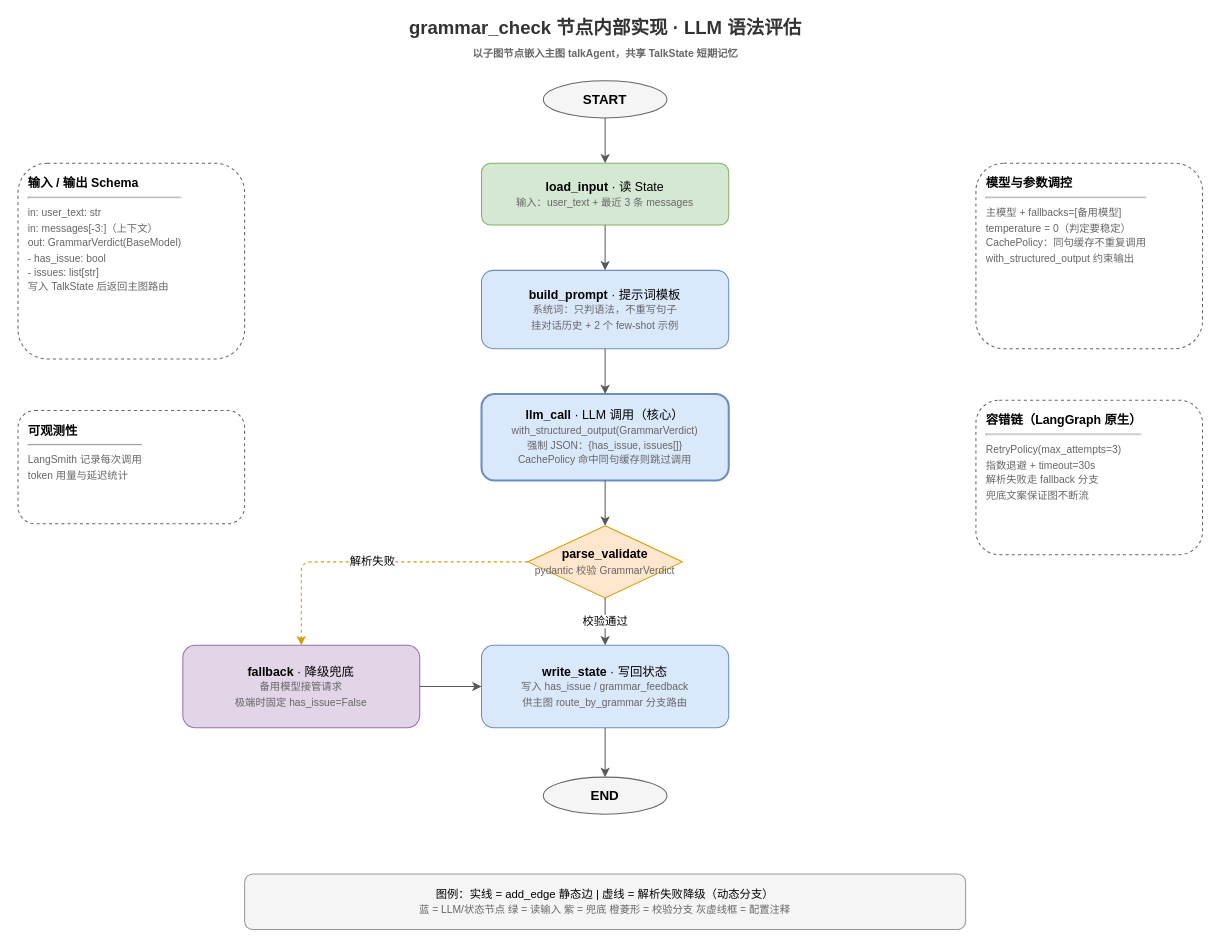
This is documents/grammar_check.drawio from Ekko306/dialog-ai, a draw.io file, before an edit. Source tidied: cells renumbered, new cells numbered last; positions are measured from the earlier drawing's top-left corner, leaving out a move shared by most shapes. Both pictures are drawn from the tidied source at 103%, with x=0, y=0 at pixel (18, 19).
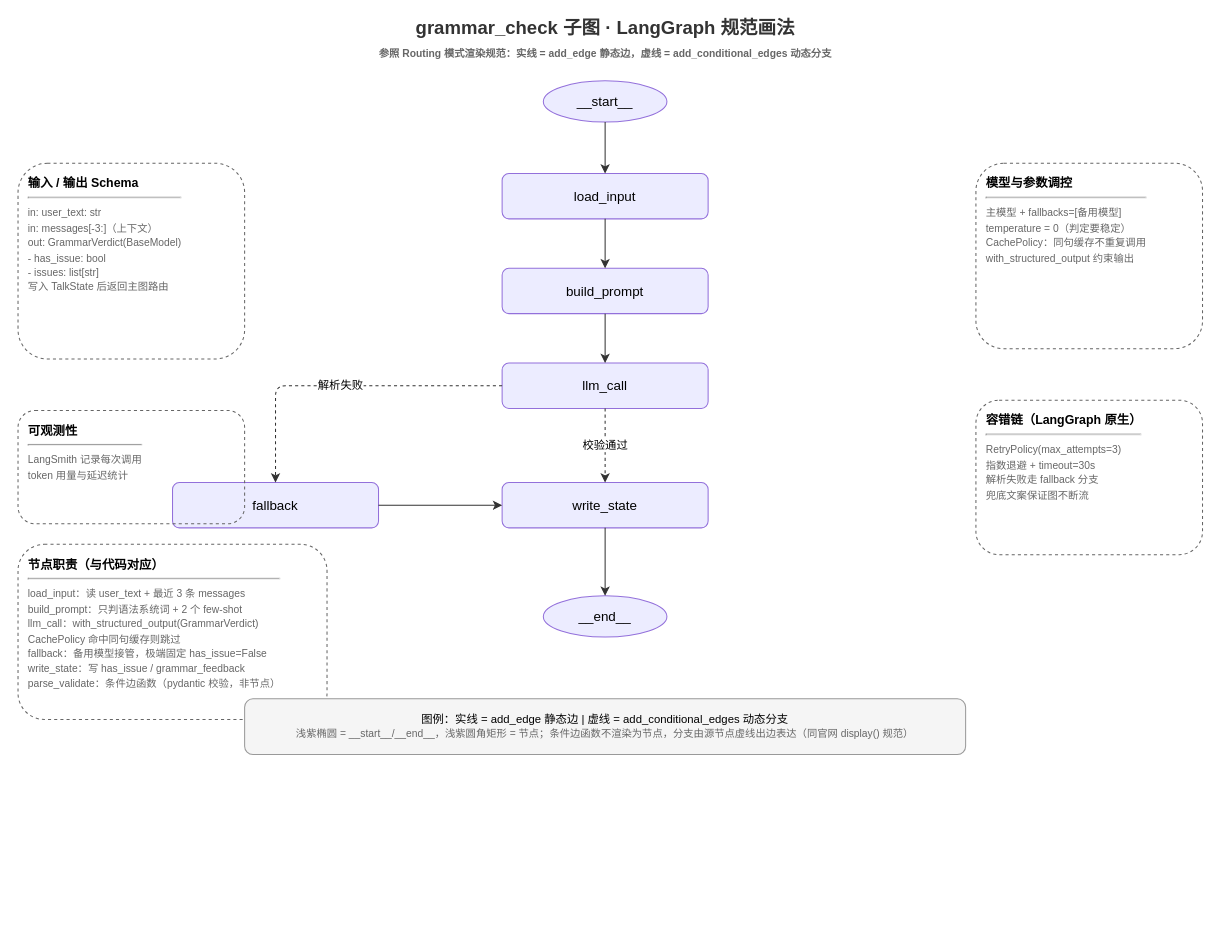
After the change.

Diff of the diagram source:
```diff
@@
-    <mxCell id="2" value="grammar_check 节点内部实现 · LLM 语法评估&lt;br&gt;&lt;font style=&quot;font-size:10px&quot; color=&quot;#666666&quot;&gt;以子图节点嵌入主图 talkAgent，共享 TalkState 短期记忆&lt;/font&gt;" style="text;html=1;align=center;verticalAlign=middle;fontSize=18;fontStyle=1;fontColor=#333333;" parent="1" vertex="1">
+    <mxCell id="2" value="grammar_check 子图 · LangGraph 规范画法&lt;br&gt;&lt;font style=&quot;font-size:10px&quot; color=&quot;#666666&quot;&gt;参照 Routing 模式渲染规范：实线 = add_edge 静态边，虚线 = add_conditional_edges 动态分支&lt;/font&gt;" style="text;html=1;align=center;verticalAlign=middle;fontSize=18;fontStyle=1;fontColor=#333333;" parent="1" vertex="1">
       <mxGeometry x="290" width="560" height="40" as="geometry" />
     </mxCell>
-    <mxCell id="3" value="START" style="ellipse;whiteSpace=wrap;html=1;fillColor=#f5f5f5;strokeColor=#666666;fontSize=13;fontStyle=1;" parent="1" vertex="1">
-      <mxGeometry x="510" y="60" width="120" height="36" as="geometry" />
+    <mxCell id="3" value="__start__" style="ellipse;whiteSpace=wrap;html=1;fillColor=#ECECFF;strokeColor=#9370DB;fontSize=13;" parent="1" vertex="1">
+      <mxGeometry x="510" y="60" width="120" height="40" as="geometry" />
     </mxCell>
-    <mxCell id="4" value="&lt;b&gt;load_input&lt;/b&gt; · 读 State&lt;br&gt;&lt;font style=&quot;font-size:10px&quot; color=&quot;#666666&quot;&gt;输入：user_text + 最近 3 条 messages&lt;/font&gt;" style="rounded=1;whiteSpace=wrap;html=1;fillColor=#d5e8d4;strokeColor=#82b366;fontSize=12;" parent="1" vertex="1">
-      <mxGeometry x="450" y="140" width="240" height="60" as="geometry" />
+    <mxCell id="4" value="load_input" style="rounded=1;whiteSpace=wrap;html=1;fillColor=#ECECFF;strokeColor=#9370DB;fontSize=13;" parent="1" vertex="1">
+      <mxGeometry x="470" y="150" width="200" height="44" as="geometry" />
     </mxCell>
-    <mxCell id="5" value="&lt;b&gt;build_prompt&lt;/b&gt; · 提示词模板&lt;br&gt;&lt;font style=&quot;font-size:10px&quot; color=&quot;#666666&quot;&gt;系统词：只判语法，不重写句子&lt;br&gt;挂对话历史 + 2 个 few-shot 示例&lt;/font&gt;" style="rounded=1;whiteSpace=wrap;html=1;fillColor=#dae8fc;strokeColor=#6c8ebf;fontSize=12;" parent="1" vertex="1">
-      <mxGeometry x="450" y="244" width="240" height="76" as="geometry" />
+    <mxCell id="5" value="build_prompt" style="rounded=1;whiteSpace=wrap;html=1;fillColor=#ECECFF;strokeColor=#9370DB;fontSize=13;" parent="1" vertex="1">
+      <mxGeometry x="470" y="242" width="200" height="44" as="geometry" />
     </mxCell>
-    <mxCell id="6" value="&lt;b&gt;llm_call&lt;/b&gt; · LLM 调用（核心）&lt;br&gt;&lt;font style=&quot;font-size:10px&quot; color=&quot;#666666&quot;&gt;with_structured_output(GrammarVerdict)&lt;br&gt;强制 JSON：{has_issue, issues[]}&lt;br&gt;CachePolicy 命中同句缓存则跳过调用&lt;/font&gt;" style="rounded=1;whiteSpace=wrap;html=1;fillColor=#dae8fc;strokeColor=#6c8ebf;strokeWidth=2;fontSize=12;" parent="1" vertex="1">
-      <mxGeometry x="450" y="364" width="240" height="84" as="geometry" />
+    <mxCell id="6" value="llm_call" style="rounded=1;whiteSpace=wrap;html=1;fillColor=#ECECFF;strokeColor=#9370DB;fontSize=13;" parent="1" vertex="1">
+      <mxGeometry x="470" y="334" width="200" height="44" as="geometry" />
     </mxCell>
-    <mxCell id="7" value="&lt;b&gt;parse_validate&lt;/b&gt;&lt;br&gt;&lt;font style=&quot;font-size:10px&quot; color=&quot;#666666&quot;&gt;pydantic 校验 GrammarVerdict&lt;/font&gt;" style="rhombus;whiteSpace=wrap;html=1;fillColor=#ffe6cc;strokeColor=#d79b00;fontSize=12;" parent="1" vertex="1">
-      <mxGeometry x="495" y="492" width="150" height="70" as="geometry" />
-    </mxCell>
-    <mxCell id="8" value="&lt;b&gt;fallback&lt;/b&gt; · 降级兜底&lt;br&gt;&lt;font style=&quot;font-size:10px&quot; color=&quot;#666666&quot;&gt;备用模型接管请求&lt;br&gt;极端时固定 has_issue=False&lt;/font&gt;" style="rounded=1;whiteSpace=wrap;html=1;fillColor=#e1d5e7;strokeColor=#9673a6;fontSize=12;" parent="1" vertex="1">
-      <mxGeometry x="160" y="608" width="230" height="80" as="geometry" />
+    <mxCell id="8" value="fallback" style="rounded=1;whiteSpace=wrap;html=1;fillColor=#ECECFF;strokeColor=#9370DB;fontSize=13;" parent="1" vertex="1">
+      <mxGeometry x="150" y="450" width="200" height="44" as="geometry" />
     </mxCell>
-    <mxCell id="9" value="&lt;b&gt;write_state&lt;/b&gt; · 写回状态&lt;br&gt;&lt;font style=&quot;font-size:10px&quot; color=&quot;#666666&quot;&gt;写入 has_issue / grammar_feedback&lt;br&gt;供主图 route_by_grammar 分支路由&lt;/font&gt;" style="rounded=1;whiteSpace=wrap;html=1;fillColor=#dae8fc;strokeColor=#6c8ebf;fontSize=12;" parent="1" vertex="1">
-      <mxGeometry x="450" y="608" width="240" height="80" as="geometry" />
+    <mxCell id="9" value="write_state" style="rounded=1;whiteSpace=wrap;html=1;fillColor=#ECECFF;strokeColor=#9370DB;fontSize=13;" parent="1" vertex="1">
+      <mxGeometry x="470" y="450" width="200" height="44" as="geometry" />
     </mxCell>
-    <mxCell id="10" value="END" style="ellipse;whiteSpace=wrap;html=1;fillColor=#f5f5f5;strokeColor=#666666;fontSize=13;fontStyle=1;" parent="1" vertex="1">
-      <mxGeometry x="510" y="736" width="120" height="36" as="geometry" />
+    <mxCell id="10" value="__end__" style="ellipse;whiteSpace=wrap;html=1;fillColor=#ECECFF;strokeColor=#9370DB;fontSize=13;" parent="1" vertex="1">
+      <mxGeometry x="510" y="560" width="120" height="40" as="geometry" />
     </mxCell>
-    <mxCell id="11" style="edgeStyle=orthogonalEdgeStyle;rounded=1;html=1;strokeColor=#595959;fontSize=11;" parent="1" edge="1" source="3" target="4">
+    <mxCell id="11" style="edgeStyle=orthogonalEdgeStyle;rounded=1;html=1;strokeColor=#333333;fontSize=11;" parent="1" edge="1" source="3" target="4">
       <mxGeometry relative="1" as="geometry" />
     </mxCell>
-    <mxCell id="12" style="edgeStyle=orthogonalEdgeStyle;rounded=1;html=1;strokeColor=#595959;fontSize=11;" parent="1" edge="1" source="4" target="5">
+    <mxCell id="12" style="edgeStyle=orthogonalEdgeStyle;rounded=1;html=1;strokeColor=#333333;fontSize=11;" parent="1" edge="1" source="4" target="5">
       <mxGeometry relative="1" as="geometry" />
     </mxCell>
-    <mxCell id="13" style="edgeStyle=orthogonalEdgeStyle;rounded=1;html=1;strokeColor=#595959;fontSize=11;" parent="1" edge="1" source="5" target="6">
+    <mxCell id="13" style="edgeStyle=orthogonalEdgeStyle;rounded=1;html=1;strokeColor=#333333;fontSize=11;" parent="1" edge="1" source="5" target="6">
       <mxGeometry relative="1" as="geometry" />
     </mxCell>
-    <mxCell id="14" style="edgeStyle=orthogonalEdgeStyle;rounded=1;html=1;strokeColor=#595959;fontSize=11;" parent="1" edge="1" source="6" target="7">
+    <mxCell id="14" value="校验通过" style="edgeStyle=orthogonalEdgeStyle;rounded=1;html=1;dashed=1;strokeColor=#333333;fontSize=11;exitX=0.5;exitY=1;exitDx=0;exitDy=0;entryX=0.5;entryY=0;entryDx=0;entryDy=0;" parent="1" edge="1" source="6" target="9">
       <mxGeometry relative="1" as="geometry" />
     </mxCell>
-    <mxCell id="15" value="校验通过" style="edgeStyle=orthogonalEdgeStyle;rounded=1;html=1;strokeColor=#595959;fontSize=11;exitX=0.5;exitY=1;exitDx=0;exitDy=0;entryX=0.5;entryY=0;entryDx=0;entryDy=0;" parent="1" edge="1" source="7" target="9">
+    <mxCell id="15" value="解析失败" style="edgeStyle=orthogonalEdgeStyle;rounded=1;html=1;dashed=1;strokeColor=#333333;fontSize=11;exitX=0;exitY=0.5;exitDx=0;exitDy=0;entryX=0.5;entryY=0;entryDx=0;entryDy=0;" parent="1" edge="1" source="6" target="8">
       <mxGeometry relative="1" as="geometry" />
     </mxCell>
-    <mxCell id="16" value="解析失败" style="edgeStyle=orthogonalEdgeStyle;rounded=1;html=1;dashed=1;strokeColor=#d79b00;fontSize=11;exitX=0;exitY=0.5;exitDx=0;exitDy=0;entryX=0.5;entryY=0;entryDx=0;entryDy=0;" parent="1" edge="1" source="7" target="8">
+    <mxCell id="16" style="edgeStyle=orthogonalEdgeStyle;rounded=1;html=1;strokeColor=#333333;fontSize=11;exitX=1;exitY=0.5;exitDx=0;exitDy=0;entryX=0;entryY=0.5;entryDx=0;entryDy=0;" parent="1" edge="1" source="8" target="9">
       <mxGeometry relative="1" as="geometry" />
     </mxCell>
-    <mxCell id="17" style="edgeStyle=orthogonalEdgeStyle;rounded=1;html=1;strokeColor=#595959;fontSize=11;exitX=1;exitY=0.5;exitDx=0;exitDy=0;entryX=0;entryY=0.5;entryDx=0;entryDy=0;" parent="1" edge="1" source="8" target="9">
+    <mxCell id="17" style="edgeStyle=orthogonalEdgeStyle;rounded=1;html=1;strokeColor=#333333;fontSize=11;" parent="1" edge="1" source="9" target="10">
       <mxGeometry relative="1" as="geometry" />
     </mxCell>
-    <mxCell id="18" style="edgeStyle=orthogonalEdgeStyle;rounded=1;html=1;strokeColor=#595959;fontSize=11;" parent="1" edge="1" source="9" target="10">
-      <mxGeometry relative="1" as="geometry" />
-    </mxCell>
@@
+    <mxCell id="24" value="&lt;b&gt;节点职责（与代码对应）&lt;/b&gt;&lt;hr&gt;&lt;font style=&quot;font-size:10px&quot; color=&quot;#666666&quot;&gt;load_input：读 user_text + 最近 3 条 messages&lt;br&gt;build_prompt：只判语法系统词 + 2 个 few-shot&lt;br&gt;llm_call：with_structured_output(GrammarVerdict)&lt;br&gt;CachePolicy 命中同句缓存则跳过&lt;br&gt;fallback：备用模型接管，极端固定 has_issue=False&lt;br&gt;write_state：写 has_issue / grammar_feedback&lt;br&gt;parse_validate：条件边函数（pydantic 校验，非节点）&lt;/font&gt;" style="rounded=1;whiteSpace=wrap;html=1;dashed=1;fillColor=none;strokeColor=#666666;align=left;verticalAlign=top;fontSize=12;spacingLeft=8;spacingTop=6;" parent="1" vertex="1">
+      <mxGeometry y="510" width="300" height="170" as="geometry" />
+    </mxCell>
@@
-    <mxCell id="23" value="图例：实线 = add_edge 静态边  |  虚线 = 解析失败降级（动态分支）&lt;br&gt;&lt;font style=&quot;font-size:10px&quot; color=&quot;#666666&quot;&gt;蓝 = LLM/状态节点  绿 = 读输入  紫 = 兜底  橙菱形 = 校验分支  灰虚线框 = 配置注释&lt;/font&gt;" style="rounded=1;whiteSpace=wrap;html=1;fillColor=#f5f5f5;strokeColor=#999999;fontSize=11;align=center;" parent="1" vertex="1">
-      <mxGeometry x="220" y="830" width="700" height="54" as="geometry" />
+    <mxCell id="23" value="图例：实线 = add_edge 静态边  |  虚线 = add_conditional_edges 动态分支&lt;br&gt;&lt;font style=&quot;font-size:10px&quot; color=&quot;#666666&quot;&gt;浅紫椭圆 = __start__/__end__，浅紫圆角矩形 = 节点；条件边函数不渲染为节点，分支由源节点虚线出边表达（同官网 display() 规范）&lt;/font&gt;" style="rounded=1;whiteSpace=wrap;html=1;fillColor=#f5f5f5;strokeColor=#999999;fontSize=11;align=center;" parent="1" vertex="1">
+      <mxGeometry x="220" y="660" width="700" height="54" as="geometry" />
     </mxCell>
```
